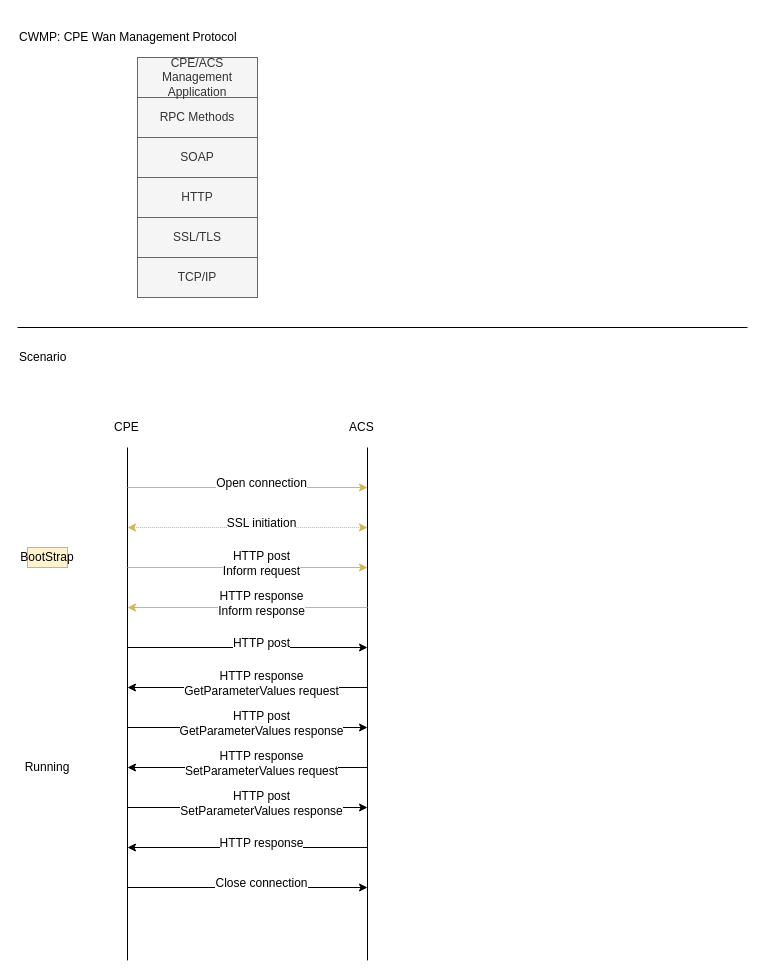
This is page "TR069" (2 of 2) of AP7465CE.drawio from nelsonchung/drawio, a draw.io file, before an edit. Source tidied: cells renumbered, new cells numbered last; positions are measured from the earlier drawing's top-left corner, leaving out a move shared by most shapes. Both pictures are drawn from the tidied source at 100%, with x=0, y=0 at pixel (17, 17).
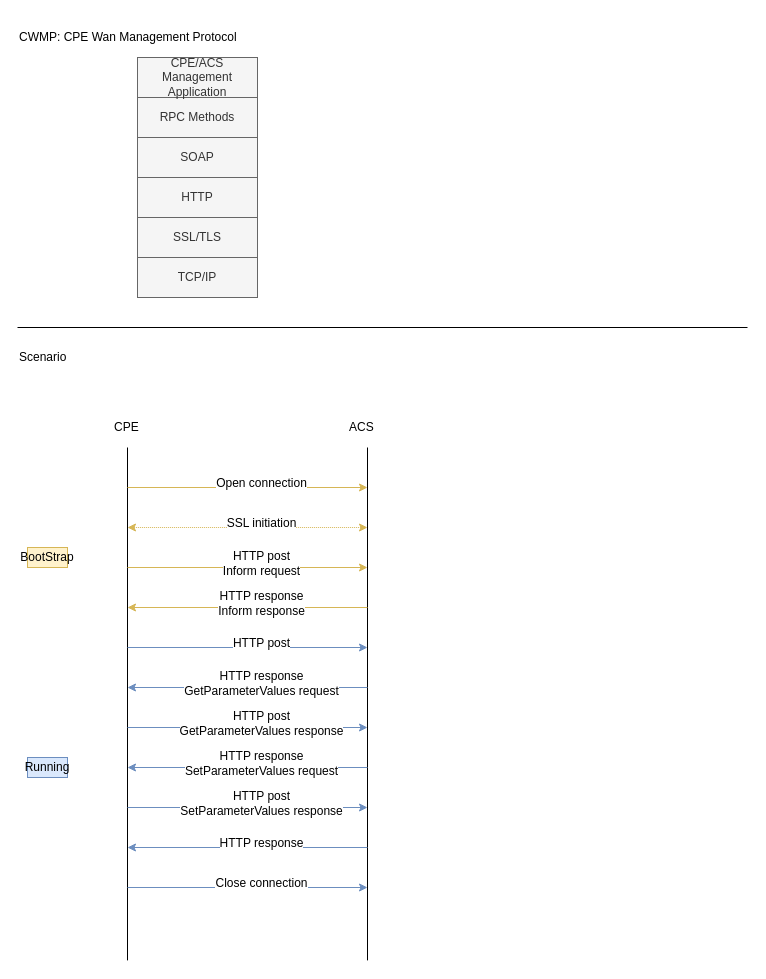
The same diagram, later.

Change to the diagram source:
```diff
@@
-    <mxCell id="23" style="endArrow=classic;html=1;" parent="1" edge="1">
+    <mxCell id="23" style="endArrow=classic;html=1;fillColor=#dae8fc;strokeColor=#6c8ebf;" parent="1" edge="1">
       <mxGeometry relative="1" as="geometry">
         <mxPoint x="110" y="630" as="sourcePoint" />
         <mxPoint x="350" y="630" as="targetPoint" />
       </mxGeometry>
     </mxCell>
@@
-    <mxCell id="25" style="endArrow=none;html=1;startArrow=classic;startFill=1;endFill=0;" parent="1" edge="1">
+    <mxCell id="25" style="endArrow=none;html=1;startArrow=classic;startFill=1;endFill=0;fillColor=#dae8fc;strokeColor=#6c8ebf;" parent="1" edge="1">
       <mxGeometry relative="1" as="geometry">
         <mxPoint x="110" y="670" as="sourcePoint" />
         <mxPoint x="350" y="670" as="targetPoint" />
       </mxGeometry>
     </mxCell>
@@
-    <mxCell id="27" style="endArrow=classic;html=1;" parent="1" edge="1">
+    <mxCell id="27" style="endArrow=classic;html=1;fillColor=#dae8fc;strokeColor=#6c8ebf;" parent="1" edge="1">
       <mxGeometry relative="1" as="geometry">
         <mxPoint x="110" y="710" as="sourcePoint" />
         <mxPoint x="350" y="710" as="targetPoint" />
       </mxGeometry>
     </mxCell>
@@
-    <mxCell id="29" style="endArrow=none;html=1;startArrow=classic;startFill=1;endFill=0;" parent="1" edge="1">
+    <mxCell id="29" style="endArrow=none;html=1;startArrow=classic;startFill=1;endFill=0;fillColor=#dae8fc;strokeColor=#6c8ebf;" parent="1" edge="1">
       <mxGeometry relative="1" as="geometry">
         <mxPoint x="110" y="750" as="sourcePoint" />
         <mxPoint x="350" y="750" as="targetPoint" />
       </mxGeometry>
     </mxCell>
@@
-    <mxCell id="31" style="endArrow=classic;html=1;" parent="1" edge="1">
+    <mxCell id="31" style="endArrow=classic;html=1;fillColor=#dae8fc;strokeColor=#6c8ebf;" parent="1" edge="1">
       <mxGeometry relative="1" as="geometry">
         <mxPoint x="110" y="790" as="sourcePoint" />
         <mxPoint x="350" y="790" as="targetPoint" />
       </mxGeometry>
     </mxCell>
@@
-    <mxCell id="33" style="endArrow=none;html=1;startArrow=classic;startFill=1;endFill=0;" parent="1" edge="1">
+    <mxCell id="33" style="endArrow=none;html=1;startArrow=classic;startFill=1;endFill=0;fillColor=#dae8fc;strokeColor=#6c8ebf;" parent="1" edge="1">
       <mxGeometry relative="1" as="geometry">
         <mxPoint x="110" y="830" as="sourcePoint" />
         <mxPoint x="350" y="830" as="targetPoint" />
       </mxGeometry>
     </mxCell>
@@
-    <mxCell id="35" style="endArrow=classic;html=1;" parent="1" edge="1">
+    <mxCell id="35" style="endArrow=classic;html=1;fillColor=#dae8fc;strokeColor=#6c8ebf;" parent="1" edge="1">
       <mxGeometry relative="1" as="geometry">
         <mxPoint x="110" y="870" as="sourcePoint" />
         <mxPoint x="350" y="870" as="targetPoint" />
       </mxGeometry>
     </mxCell>
@@
-    <mxCell id="38" value="Running" style="text;html=1;strokeColor=none;fillColor=none;align=center;verticalAlign=middle;whiteSpace=wrap;rounded=0;" parent="1" vertex="1">
+    <mxCell id="38" value="Running" style="text;html=1;strokeColor=#6c8ebf;fillColor=#dae8fc;align=center;verticalAlign=middle;whiteSpace=wrap;rounded=0;" parent="1" vertex="1">
       <mxGeometry x="10" y="740" width="40" height="20" as="geometry" />
     </mxCell>
```
